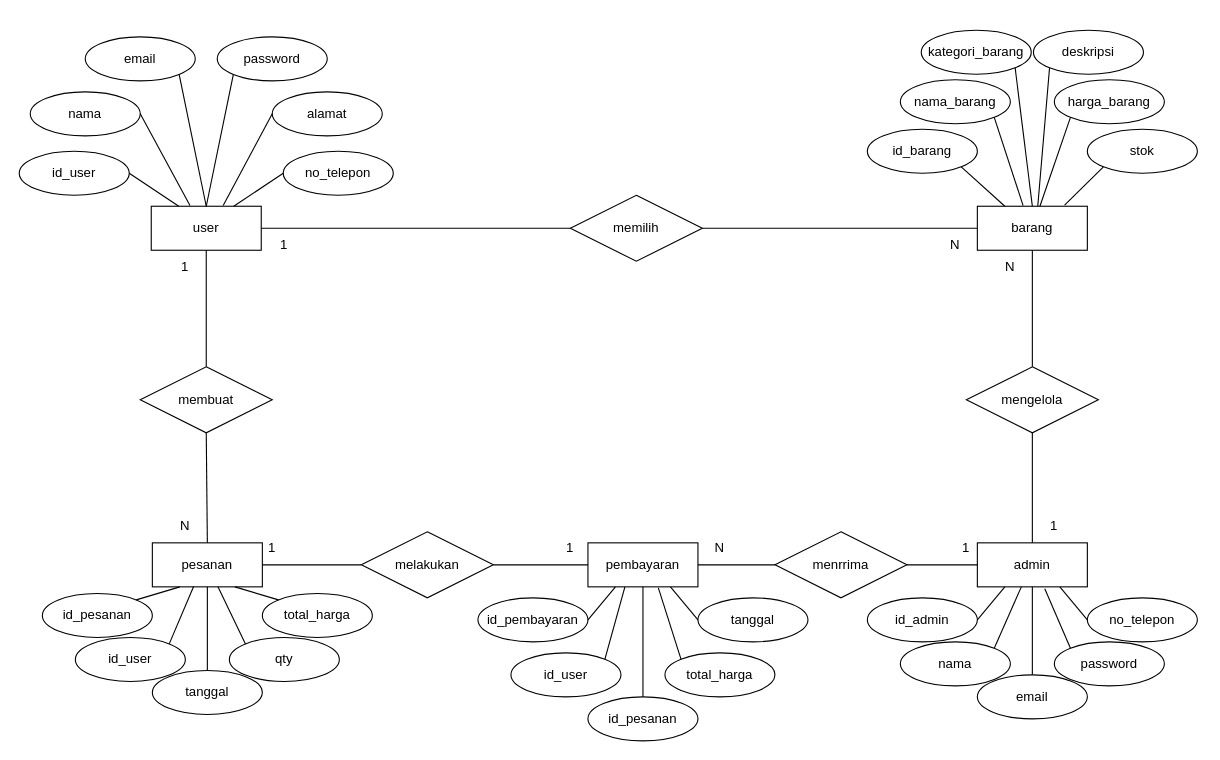
This is ERD-Ecommerce-Elektronik.drawio from zerocode0806/Flowchart-E-Comerce-Elektronik, a draw.io file, before an edit. Source tidied: cells renumbered, new cells numbered last; positions are measured from the earlier drawing's top-left corner, leaving out a move shared by most shapes. Both pictures are drawn from the tidied source at 110%, with x=0, y=0 at pixel (19, 30).
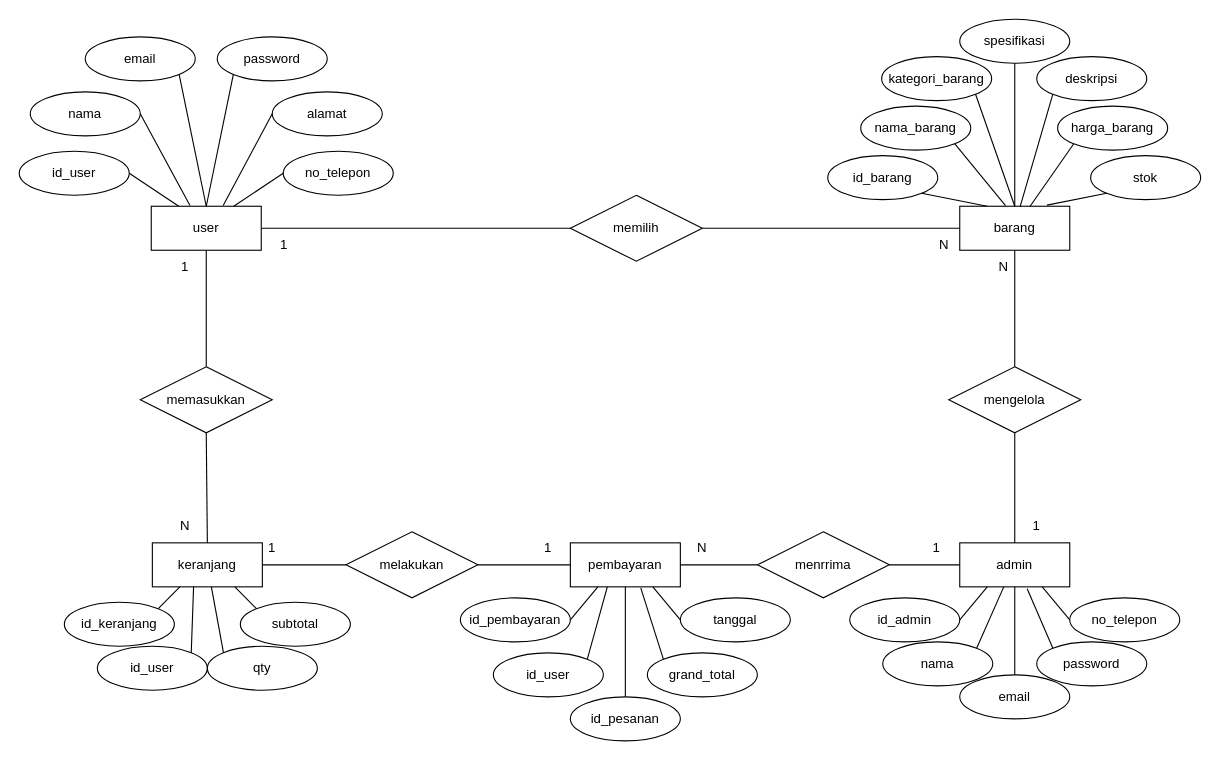
The same diagram, later.

Change to the diagram source:
```diff
@@
     <mxCell id="8" value="pembayaran" style="whiteSpace=wrap;html=1;align=center;" parent="1" vertex="1">
-      <mxGeometry x="517" y="466" width="100" height="40" as="geometry" />
+      <mxGeometry x="501" y="466" width="100" height="40" as="geometry" />
     </mxCell>
     <mxCell id="9" value="id_pembayaran" style="ellipse;whiteSpace=wrap;html=1;align=center;" parent="1" vertex="1">
-      <mxGeometry x="417" y="516" width="100" height="40" as="geometry" />
+      <mxGeometry x="401" y="516" width="100" height="40" as="geometry" />
     </mxCell>
     <mxCell id="10" value="id_user" style="ellipse;whiteSpace=wrap;html=1;align=center;" parent="1" vertex="1">
-      <mxGeometry x="447" y="566" width="100" height="40" as="geometry" />
+      <mxGeometry x="431" y="566" width="100" height="40" as="geometry" />
     </mxCell>
     <mxCell id="11" value="tanggal" style="ellipse;whiteSpace=wrap;html=1;align=center;" parent="1" vertex="1">
-      <mxGeometry x="617" y="516" width="100" height="40" as="geometry" />
+      <mxGeometry x="601" y="516" width="100" height="40" as="geometry" />
     </mxCell>
     <mxCell id="12" value="id_pesanan" style="ellipse;whiteSpace=wrap;html=1;align=center;" parent="1" vertex="1">
-      <mxGeometry x="517" y="606" width="100" height="40" as="geometry" />
+      <mxGeometry x="501" y="606" width="100" height="40" as="geometry" />
     </mxCell>
-    <mxCell id="13" value="total_harga" style="ellipse;whiteSpace=wrap;html=1;align=center;" parent="1" vertex="1">
-      <mxGeometry x="587" y="566" width="100" height="40" as="geometry" />
+    <mxCell id="13" value="grand_total" style="ellipse;whiteSpace=wrap;html=1;align=center;" parent="1" vertex="1">
+      <mxGeometry x="571" y="566" width="100" height="40" as="geometry" />
     </mxCell>
-    <mxCell id="14" value="pesanan" style="whiteSpace=wrap;html=1;align=center;" parent="1" vertex="1">
+    <mxCell id="14" value="keranjang" style="whiteSpace=wrap;html=1;align=center;" parent="1" vertex="1">
       <mxGeometry x="121" y="466" width="100" height="40" as="geometry" />
     </mxCell>
-    <mxCell id="15" value="id_pesanan" style="ellipse;whiteSpace=wrap;html=1;align=center;" parent="1" vertex="1">
-      <mxGeometry x="21" y="512" width="100" height="40" as="geometry" />
+    <mxCell id="15" value="id_keranjang" style="ellipse;whiteSpace=wrap;html=1;align=center;" parent="1" vertex="1">
+      <mxGeometry x="41" y="520" width="100" height="40" as="geometry" />
     </mxCell>
     <mxCell id="16" value="id_user" style="ellipse;whiteSpace=wrap;html=1;align=center;" parent="1" vertex="1">
-      <mxGeometry x="51" y="552" width="100" height="40" as="geometry" />
+      <mxGeometry x="71" y="560" width="100" height="40" as="geometry" />
     </mxCell>
-    <mxCell id="17" value="total_harga" style="ellipse;whiteSpace=wrap;html=1;align=center;" parent="1" vertex="1">
-      <mxGeometry x="221" y="512" width="100" height="40" as="geometry" />
+    <mxCell id="17" value="subtotal" style="ellipse;whiteSpace=wrap;html=1;align=center;" parent="1" vertex="1">
+      <mxGeometry x="201" y="520" width="100" height="40" as="geometry" />
     </mxCell>
-    <mxCell id="18" value="tanggal" style="ellipse;whiteSpace=wrap;html=1;align=center;" parent="1" vertex="1">
-      <mxGeometry x="121" y="582" width="100" height="40" as="geometry" />
-    </mxCell>
     <mxCell id="19" value="qty" style="ellipse;whiteSpace=wrap;html=1;align=center;" parent="1" vertex="1">
-      <mxGeometry x="191" y="552" width="100" height="40" as="geometry" />
+      <mxGeometry x="171" y="560" width="100" height="40" as="geometry" />
     </mxCell>
-    <mxCell id="20" style="endArrow=none;html=1;rounded=0;exitX=0.5;exitY=0;exitDx=0;exitDy=0;entryX=0.5;entryY=1;entryDx=0;entryDy=0;" parent="1" edge="1" source="18" target="14">
-      <mxGeometry relative="1" as="geometry" />
-    </mxCell>
@@
     <mxCell id="38" value="melakukan" style="shape=rhombus;perimeter=rhombusPerimeter;whiteSpace=wrap;html=1;align=center;" parent="1" vertex="1">
-      <mxGeometry x="311" y="456" width="120" height="60" as="geometry" />
+      <mxGeometry x="297" y="456" width="120" height="60" as="geometry" />
     </mxCell>
     <mxCell id="39" value="barang" style="whiteSpace=wrap;html=1;align=center;" parent="1" vertex="1">
-      <mxGeometry x="871" y="160" width="100" height="40" as="geometry" />
+      <mxGeometry x="855" y="160" width="100" height="40" as="geometry" />
     </mxCell>
     <mxCell id="40" value="id_barang" style="ellipse;whiteSpace=wrap;html=1;align=center;" parent="1" vertex="1">
-      <mxGeometry x="771" y="90" width="100" height="40" as="geometry" />
+      <mxGeometry x="735" y="114" width="100" height="40" as="geometry" />
     </mxCell>
     <mxCell id="41" value="nama_barang" style="ellipse;whiteSpace=wrap;html=1;align=center;" parent="1" vertex="1">
-      <mxGeometry x="801" y="45" width="100" height="40" as="geometry" />
+      <mxGeometry x="765" y="69" width="100" height="40" as="geometry" />
     </mxCell>
     <mxCell id="42" value="stok" style="ellipse;whiteSpace=wrap;html=1;align=center;" parent="1" vertex="1">
-      <mxGeometry x="971" y="90" width="100" height="40" as="geometry" />
+      <mxGeometry x="974" y="114" width="100" height="40" as="geometry" />
     </mxCell>
     <mxCell id="43" value="kategori_barang" style="ellipse;whiteSpace=wrap;html=1;align=center;" parent="1" vertex="1">
-      <mxGeometry x="820" width="100" height="40" as="geometry" />
+      <mxGeometry x="784" y="24" width="100" height="40" as="geometry" />
     </mxCell>
     <mxCell id="44" value="harga_barang" style="ellipse;whiteSpace=wrap;html=1;align=center;" parent="1" vertex="1">
-      <mxGeometry x="941" y="45" width="100" height="40" as="geometry" />
+      <mxGeometry x="944" y="69" width="100" height="40" as="geometry" />
     </mxCell>
@@
     <mxCell id="49" value="mengelola" style="shape=rhombus;perimeter=rhombusPerimeter;whiteSpace=wrap;html=1;align=center;" parent="1" vertex="1">
-      <mxGeometry x="861" y="306" width="120" height="60" as="geometry" />
+      <mxGeometry x="845" y="306" width="120" height="60" as="geometry" />
     </mxCell>
     <mxCell id="50" value="admin" style="whiteSpace=wrap;html=1;align=center;" parent="1" vertex="1">
-      <mxGeometry x="871" y="466" width="100" height="40" as="geometry" />
+      <mxGeometry x="855" y="466" width="100" height="40" as="geometry" />
     </mxCell>
     <mxCell id="51" value="id_admin" style="ellipse;whiteSpace=wrap;html=1;align=center;" parent="1" vertex="1">
-      <mxGeometry x="771" y="516" width="100" height="40" as="geometry" />
+      <mxGeometry x="755" y="516" width="100" height="40" as="geometry" />
     </mxCell>
     <mxCell id="52" value="nama" style="ellipse;whiteSpace=wrap;html=1;align=center;" parent="1" vertex="1">
-      <mxGeometry x="801" y="556" width="100" height="40" as="geometry" />
+      <mxGeometry x="785" y="556" width="100" height="40" as="geometry" />
     </mxCell>
     <mxCell id="53" value="no_telepon" style="ellipse;whiteSpace=wrap;html=1;align=center;" parent="1" vertex="1">
-      <mxGeometry x="971" y="516" width="100" height="40" as="geometry" />
+      <mxGeometry x="955" y="516" width="100" height="40" as="geometry" />
     </mxCell>
     <mxCell id="54" value="email" style="ellipse;whiteSpace=wrap;html=1;align=center;" parent="1" vertex="1">
-      <mxGeometry x="871" y="586" width="100" height="40" as="geometry" />
+      <mxGeometry x="855" y="586" width="100" height="40" as="geometry" />
     </mxCell>
     <mxCell id="55" value="password" style="ellipse;whiteSpace=wrap;html=1;align=center;" parent="1" vertex="1">
-      <mxGeometry x="941" y="556" width="100" height="40" as="geometry" />
+      <mxGeometry x="925" y="556" width="100" height="40" as="geometry" />
     </mxCell>
@@
     <mxCell id="62" value="1" style="text;html=1;whiteSpace=wrap;strokeColor=none;fillColor=none;align=center;verticalAlign=middle;rounded=0;" parent="1" vertex="1">
-      <mxGeometry x="911" y="436" width="60" height="30" as="geometry" />
+      <mxGeometry x="804" y="456" width="60" height="30" as="geometry" />
     </mxCell>
-    <mxCell id="63" value="membuat" style="shape=rhombus;perimeter=rhombusPerimeter;whiteSpace=wrap;html=1;align=center;" parent="1" vertex="1">
+    <mxCell id="63" value="memasukkan" style="shape=rhombus;perimeter=rhombusPerimeter;whiteSpace=wrap;html=1;align=center;" parent="1" vertex="1">
       <mxGeometry x="110" y="306" width="120" height="60" as="geometry" />
     </mxCell>
@@
     <mxCell id="67" value="menrrima" style="shape=rhombus;perimeter=rhombusPerimeter;whiteSpace=wrap;html=1;align=center;" parent="1" vertex="1">
-      <mxGeometry x="687" y="456" width="120" height="60" as="geometry" />
+      <mxGeometry x="671" y="456" width="120" height="60" as="geometry" />
     </mxCell>
@@
     <mxCell id="69" value="1" style="text;html=1;whiteSpace=wrap;strokeColor=none;fillColor=none;align=center;verticalAlign=middle;rounded=0;" parent="1" vertex="1">
-      <mxGeometry x="831" y="456" width="60" height="30" as="geometry" />
+      <mxGeometry x="895" y="436" width="60" height="30" as="geometry" />
     </mxCell>
     <mxCell id="70" value="N" style="text;html=1;whiteSpace=wrap;strokeColor=none;fillColor=none;align=center;verticalAlign=middle;rounded=0;" parent="1" vertex="1">
-      <mxGeometry x="607" y="456" width="60" height="30" as="geometry" />
+      <mxGeometry x="591" y="456" width="60" height="30" as="geometry" />
     </mxCell>
@@
     <mxCell id="79" value="1" style="text;html=1;whiteSpace=wrap;strokeColor=none;fillColor=none;align=center;verticalAlign=middle;rounded=0;" parent="1" vertex="1">
-      <mxGeometry x="471" y="456" width="60" height="30" as="geometry" />
+      <mxGeometry x="451" y="456" width="60" height="30" as="geometry" />
     </mxCell>
@@
     <mxCell id="81" value="N" style="text;html=1;whiteSpace=wrap;strokeColor=none;fillColor=none;align=center;verticalAlign=middle;rounded=0;" parent="1" vertex="1">
-      <mxGeometry x="821" y="180" width="60" height="30" as="geometry" />
+      <mxGeometry x="811" y="180" width="60" height="30" as="geometry" />
     </mxCell>
     <mxCell id="82" value="N" style="text;html=1;whiteSpace=wrap;strokeColor=none;fillColor=none;align=center;verticalAlign=middle;rounded=0;" parent="1" vertex="1">
-      <mxGeometry x="871" y="200" width="60" height="30" as="geometry" />
+      <mxGeometry x="865" y="200" width="60" height="30" as="geometry" />
     </mxCell>
     <mxCell id="83" value="deskripsi" style="ellipse;whiteSpace=wrap;html=1;align=center;" parent="1" vertex="1">
-      <mxGeometry x="922" width="100" height="40" as="geometry" />
+      <mxGeometry x="925" y="24" width="100" height="40" as="geometry" />
     </mxCell>
@@
+    <mxCell id="86" value="spesifikasi" style="ellipse;whiteSpace=wrap;html=1;align=center;" parent="1" vertex="1">
+      <mxGeometry x="855" y="-10" width="100" height="40" as="geometry" />
+    </mxCell>
+    <mxCell id="87" style="endArrow=none;html=1;rounded=0;exitX=0.5;exitY=1;exitDx=0;exitDy=0;entryX=0.5;entryY=0;entryDx=0;entryDy=0;" parent="1" edge="1" source="86" target="39">
+      <mxGeometry relative="1" as="geometry" />
+    </mxCell>
```
